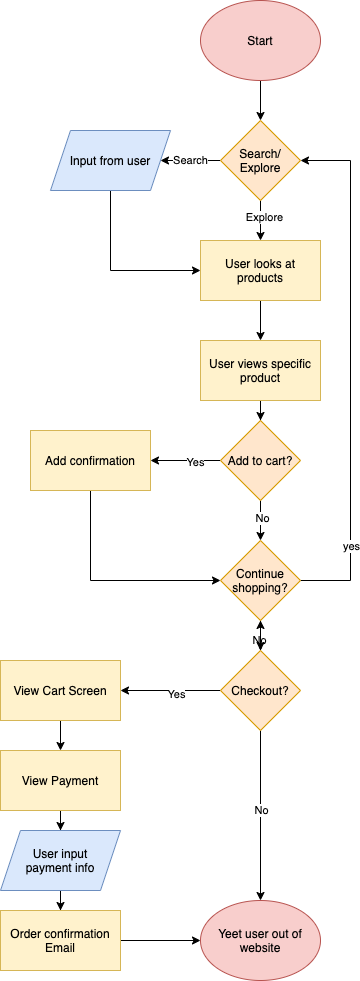
This is part2/part2.drawio.png from ThanhHuyLe101/sp21-cse110-lab4, a draw.io export, as it was before one commit. Source tidied: cells renumbered, new cells last; positions are measured from the earlier drawing's top-left corner, leaving out a move shared by most shapes.
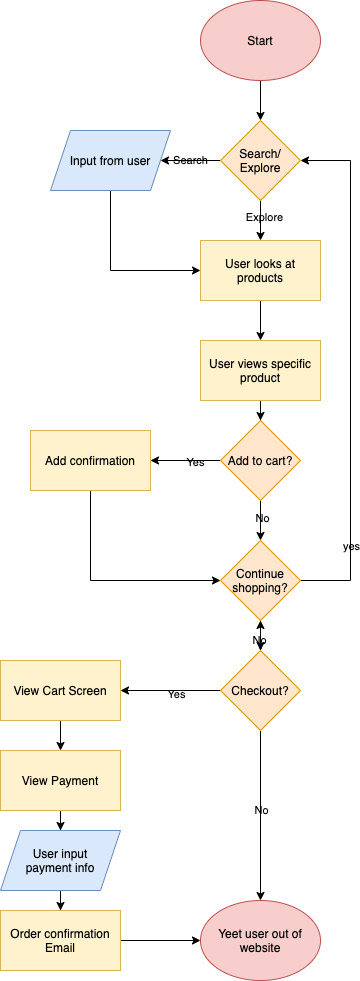
The same file after the commit.

Diff of the diagram source:
```diff
@@ -8,13 +8,13 @@
     <mxCell id="3" value="Start" style="ellipse;whiteSpace=wrap;html=1;fillColor=#f8cecc;strokeColor=#b85450;fontColor=#000000;" parent="1" vertex="1">
       <mxGeometry x="200" width="120" height="80" as="geometry" />
     </mxCell>
-    <mxCell id="4" value="Search" style="edgeStyle=orthogonalEdgeStyle;rounded=0;jettySize=auto;html=1;fontColor=#000000;" parent="1" edge="1" source="7" target="9">
+    <mxCell id="4" value="Search" style="edgeStyle=orthogonalEdgeStyle;rounded=0;jettySize=auto;html=1;fontColor=#000000;labelBackgroundColor=none;" parent="1" edge="1" source="7" target="9">
       <mxGeometry relative="1" as="geometry" />
     </mxCell>
     <mxCell id="5" style="edgeStyle=orthogonalEdgeStyle;rounded=0;jettySize=auto;html=1;fontColor=#FFFFFF;" parent="1" edge="1" source="7" target="11">
       <mxGeometry relative="1" as="geometry" />
     </mxCell>
-    <mxCell id="6" value="Explore" style="edgeLabel;html=1;align=center;verticalAlign=middle;fontColor=#000000;" parent="5" vertex="1">
+    <mxCell id="6" value="Explore" style="edgeLabel;html=1;align=center;verticalAlign=middle;fontColor=#000000;labelBackgroundColor=none;" parent="5" vertex="1">
       <mxGeometry x="-0.22" y="3" relative="1" as="geometry" />
     </mxCell>
     <mxCell id="7" value="Search/&lt;br&gt;Explore" style="rhombus;whiteSpace=wrap;html=1;strokeColor=#d79b00;fillColor=#ffe6cc;fontColor=#000000;" parent="1" vertex="1">
@@ -41,13 +41,13 @@
     <mxCell id="14" style="edgeStyle=orthogonalEdgeStyle;rounded=0;jettySize=auto;html=1;fontColor=#FFFFFF;" parent="1" edge="1" source="18" target="20">
       <mxGeometry relative="1" as="geometry" />
     </mxCell>
-    <mxCell id="15" value="Yes" style="edgeLabel;html=1;align=center;verticalAlign=middle;fontColor=#000000;" parent="14" vertex="1">
+    <mxCell id="15" value="Yes" style="edgeLabel;html=1;align=center;verticalAlign=middle;fontColor=#000000;labelBackgroundColor=none;" parent="14" vertex="1">
       <mxGeometry x="-0.27" y="1" relative="1" as="geometry" />
     </mxCell>
     <mxCell id="16" style="edgeStyle=orthogonalEdgeStyle;rounded=0;jettySize=auto;html=1;fontColor=#FFFFFF;" parent="1" edge="1" source="18" target="26">
       <mxGeometry relative="1" as="geometry" />
     </mxCell>
-    <mxCell id="17" value="No" style="edgeLabel;html=1;align=center;verticalAlign=middle;fontColor=#000000;" parent="16" vertex="1">
+    <mxCell id="17" value="No" style="edgeLabel;html=1;align=center;verticalAlign=middle;fontColor=#000000;labelBackgroundColor=none;" parent="16" vertex="1">
       <mxGeometry x="-0.17" y="1" relative="1" as="geometry" />
     </mxCell>
     <mxCell id="18" value="Add to cart?" style="rhombus;whiteSpace=wrap;html=1;strokeColor=#d79b00;fillColor=#ffe6cc;fontColor=#000000;" parent="1" vertex="1">
@@ -67,7 +67,7 @@
         </Array>
       </mxGeometry>
     </mxCell>
-    <mxCell id="22" value="yes" style="edgeLabel;html=1;align=center;verticalAlign=middle;fontColor=#000000;" parent="21" vertex="1">
+    <mxCell id="22" value="yes" style="edgeLabel;html=1;align=center;verticalAlign=middle;fontColor=#000000;labelBackgroundColor=none;" parent="21" vertex="1">
       <mxGeometry x="-0.67" relative="1" as="geometry" />
     </mxCell>
     <mxCell id="23" style="edgeStyle=orthogonalEdgeStyle;rounded=0;jettySize=auto;html=1;fontColor=#FFFFFF;" parent="1" edge="1" source="26" target="32">
@@ -85,13 +85,13 @@
     <mxCell id="27" style="edgeStyle=orthogonalEdgeStyle;rounded=0;jettySize=auto;html=1;fontColor=#FFFFFF;" parent="1" edge="1" source="32" target="33">
       <mxGeometry relative="1" as="geometry" />
     </mxCell>
-    <mxCell id="28" value="No" style="edgeLabel;html=1;align=center;verticalAlign=middle;fontColor=#000000;" parent="27" vertex="1">
+    <mxCell id="28" value="No" style="edgeLabel;html=1;align=center;verticalAlign=middle;fontColor=#000000;labelBackgroundColor=none;" parent="27" vertex="1">
       <mxGeometry x="-0.07" relative="1" as="geometry" />
     </mxCell>
     <mxCell id="29" style="edgeStyle=orthogonalEdgeStyle;rounded=0;jettySize=auto;html=1;fontColor=#FFFFFF;" parent="1" edge="1" source="32" target="35">
       <mxGeometry relative="1" as="geometry" />
     </mxCell>
-    <mxCell id="30" value="Yes" style="edgeLabel;html=1;align=center;verticalAlign=middle;fontColor=#000000;" parent="29" vertex="1">
+    <mxCell id="30" value="Yes" style="edgeLabel;html=1;align=center;verticalAlign=middle;fontColor=#000000;labelBackgroundColor=none;" parent="29" vertex="1">
       <mxGeometry x="-0.1" y="3" relative="1" as="geometry" />
     </mxCell>
     <mxCell id="31" style="edgeStyle=orthogonalEdgeStyle;rounded=0;jettySize=auto;html=1;fontColor=#000000;" parent="1" edge="1" source="32" target="26">
```
